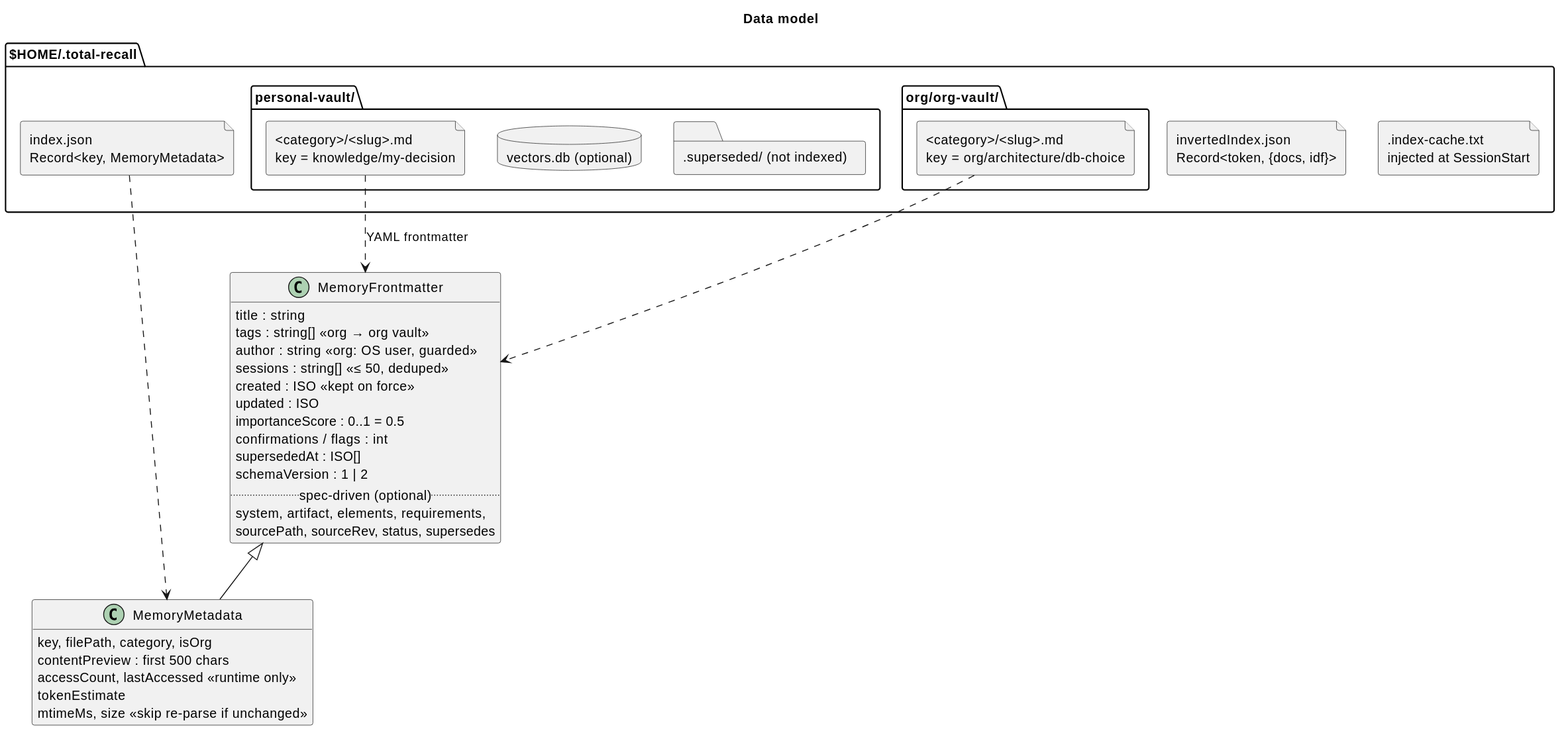
adrian-balaban/total-recall keeps this PlantUML diagram as plugins/total-recall/architecture/diagrams/data-model.svg. Above is the earlier version. Source of this version:
```plantuml
@startuml
skinparam shadowing false
skinparam defaultFontName Helvetica
allowmixing
set separator none
hide empty methods
title Data model

package "$HOME/.total-recall" <<Folder>> {
  file "index.json\nRecord<key, MemoryMetadata>" as ij
  file "invertedIndex.json\nRecord<token, {docs, idf}>" as ii
  file ".index-cache.txt\ninjected at SessionStart" as ic
  package "personal-vault/" <<Folder>> {
    file "<category>/<slug>.md\nkey = knowledge/my-decision" as pm
    database "vectors.db (optional)" as vdb
    folder ".superseded/ (not indexed)" as sup
  }
  package "org/org-vault/" <<Folder>> {
    file "<category>/<slug>.md\nkey = org/architecture/db-choice" as om
  }
}

class MemoryFrontmatter {
  title : string
  tags : string[]  «org → org vault»
  author : string  «org: OS user, guarded»
  sessions : string[]  «≤ 50, deduped»
  created : ISO  «kept on force»
  updated : ISO
  importanceScore : 0..1 = 0.5
  confirmations / flags : int
  supersededAt : ISO[]
  schemaVersion : 1 | 2
  .. spec-driven (optional) ..
  system, artifact, elements, requirements,
  sourcePath, sourceRev, status, supersedes
}
class MemoryMetadata {
  key, filePath, category, isOrg
  contentPreview : first 500 chars
  accessCount, lastAccessed  «runtime only»
  tokenEstimate
  mtimeMs, size  «skip re-parse if unchanged»
}
MemoryMetadata -up-|> MemoryFrontmatter
pm ..> MemoryFrontmatter : YAML frontmatter
om ..> MemoryFrontmatter
ij ..> MemoryMetadata
@enduml
```
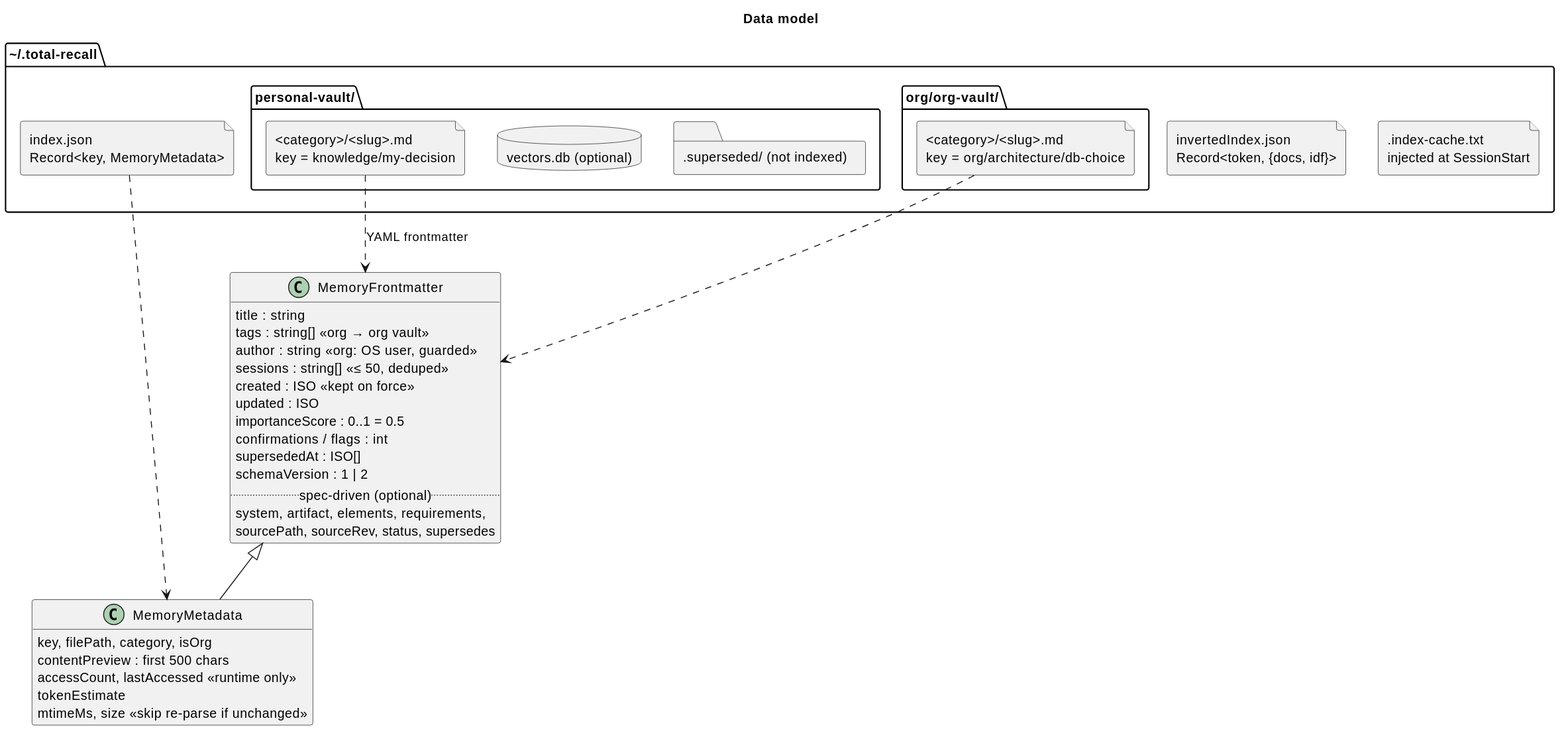
The same file after the commit.

The edit, as a diff of the source:
```diff
@@ -6,7 +6,7 @@
 hide empty methods
 title Data model
 
-package "$HOME/.total-recall" <<Folder>> {
+package "<U+007E>/.total-recall" <<Folder>> {
   file "index.json\nRecord<key, MemoryMetadata>" as ij
   file "invertedIndex.json\nRecord<token, {docs, idf}>" as ii
   file ".index-cache.txt\ninjected at SessionStart" as ic
```
